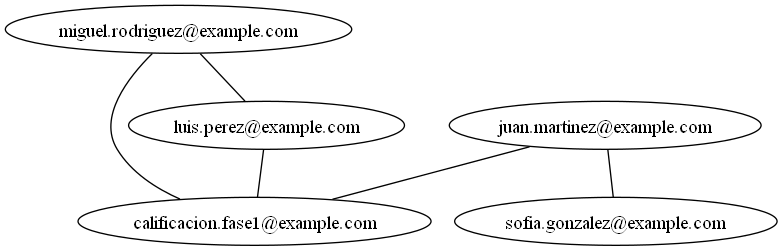
The Graphviz diagram Proyecto_Fase3/Fase3/reportes/graph.png in MReyes09/-EDD-Proyectos_202202233, before a commit. Its source is kept beside it as Proyecto_Fase3/Fase3/reportes/graph.dot.
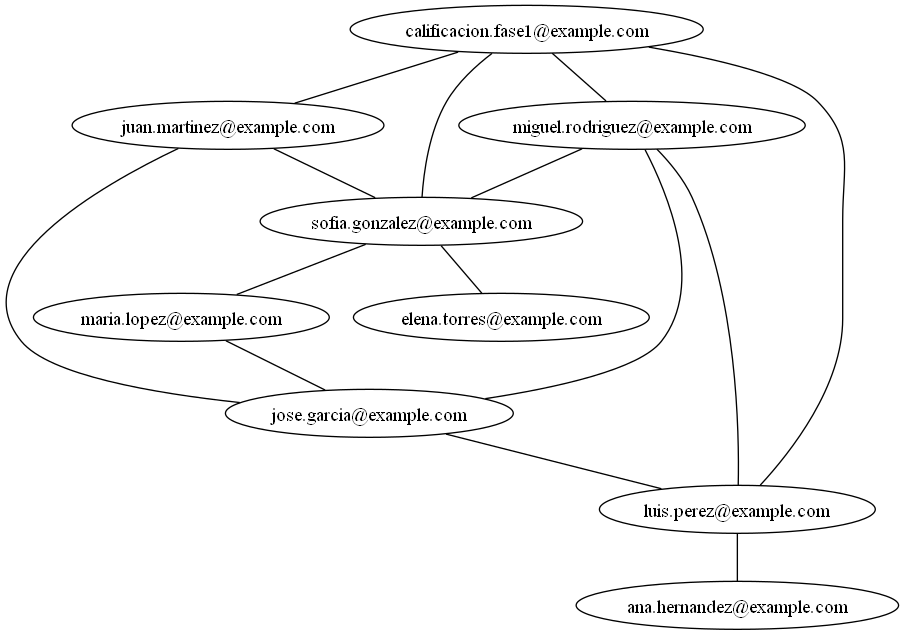
The same file after the commit.

Diff of the diagram source:
```diff
@@ -1,12 +1,25 @@
 digraph G {
+2[label="maria.lopez@example.com"];
+7[label="jose.garcia@example.com"];
+2 -> 7[dir=none];
 3[label="juan.martinez@example.com"];
-11[label="calificacion.fase1@example.com"];
-3 -> 11[dir=none];
 10[label="sofia.gonzalez@example.com"];
 3 -> 10[dir=none];
+3 -> 7[dir=none];
 5[label="luis.perez@example.com"];
-5 -> 11[dir=none];
+4[label="ana.hernandez@example.com"];
+5 -> 4[dir=none];
+7 -> 5[dir=none];
 9[label="miguel.rodriguez@example.com"];
-9 -> 11[dir=none];
 9 -> 5[dir=none];
+9 -> 7[dir=none];
+9 -> 10[dir=none];
+10 -> 2[dir=none];
+8[label="elena.torres@example.com"];
+10 -> 8[dir=none];
+11[label="calificacion.fase1@example.com"];
+11 -> 3[dir=none];
+11 -> 9[dir=none];
+11 -> 10[dir=none];
+11 -> 5[dir=none];
 }
```
